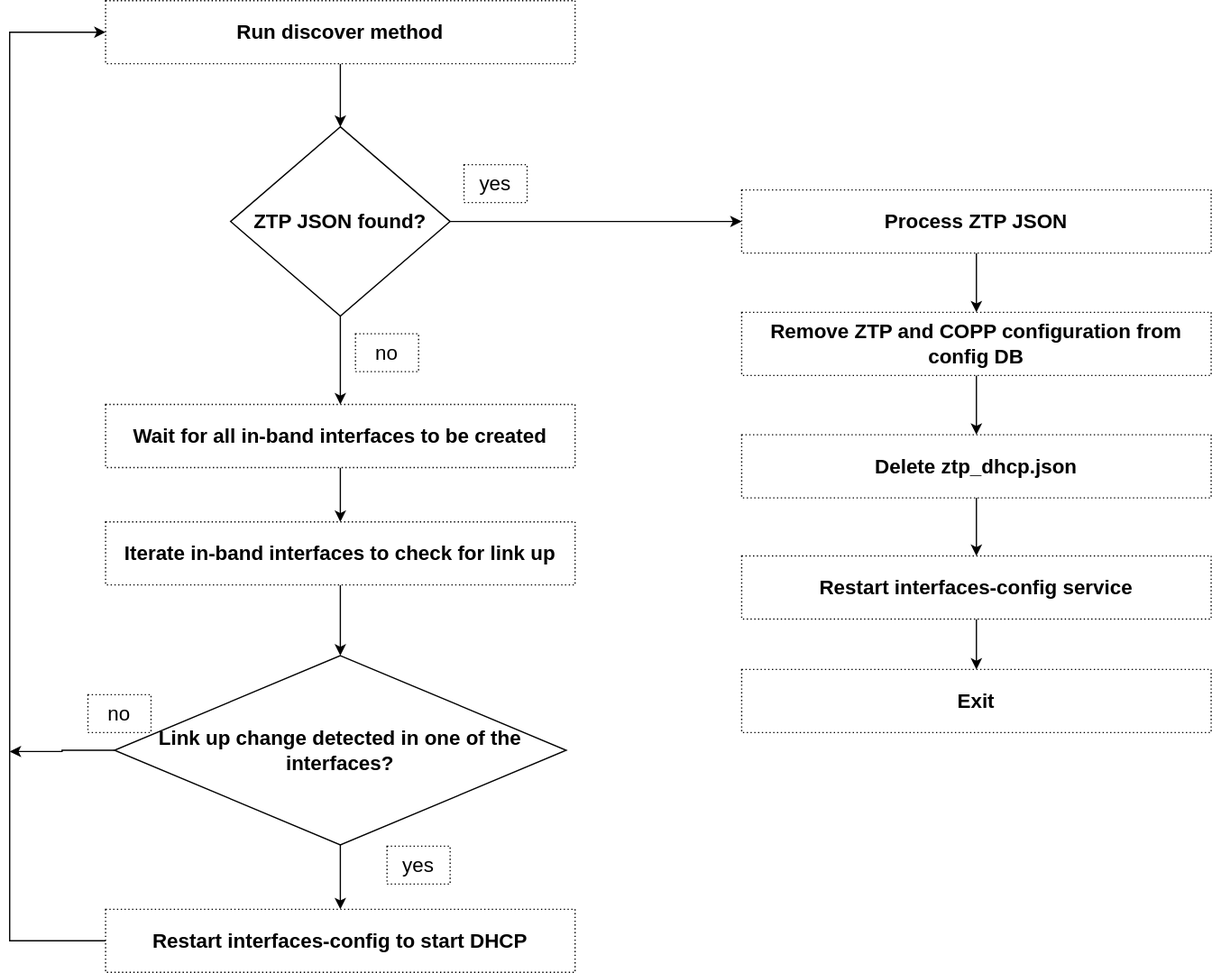
This is doc/ztp/images/ztp-engine.svg from liorghub/SONiC, a draw.io export, as it was before one commit. Source tidied: cells renumbered, new cells last; positions are measured from the earlier drawing's top-left corner, leaving out a move shared by most shapes.
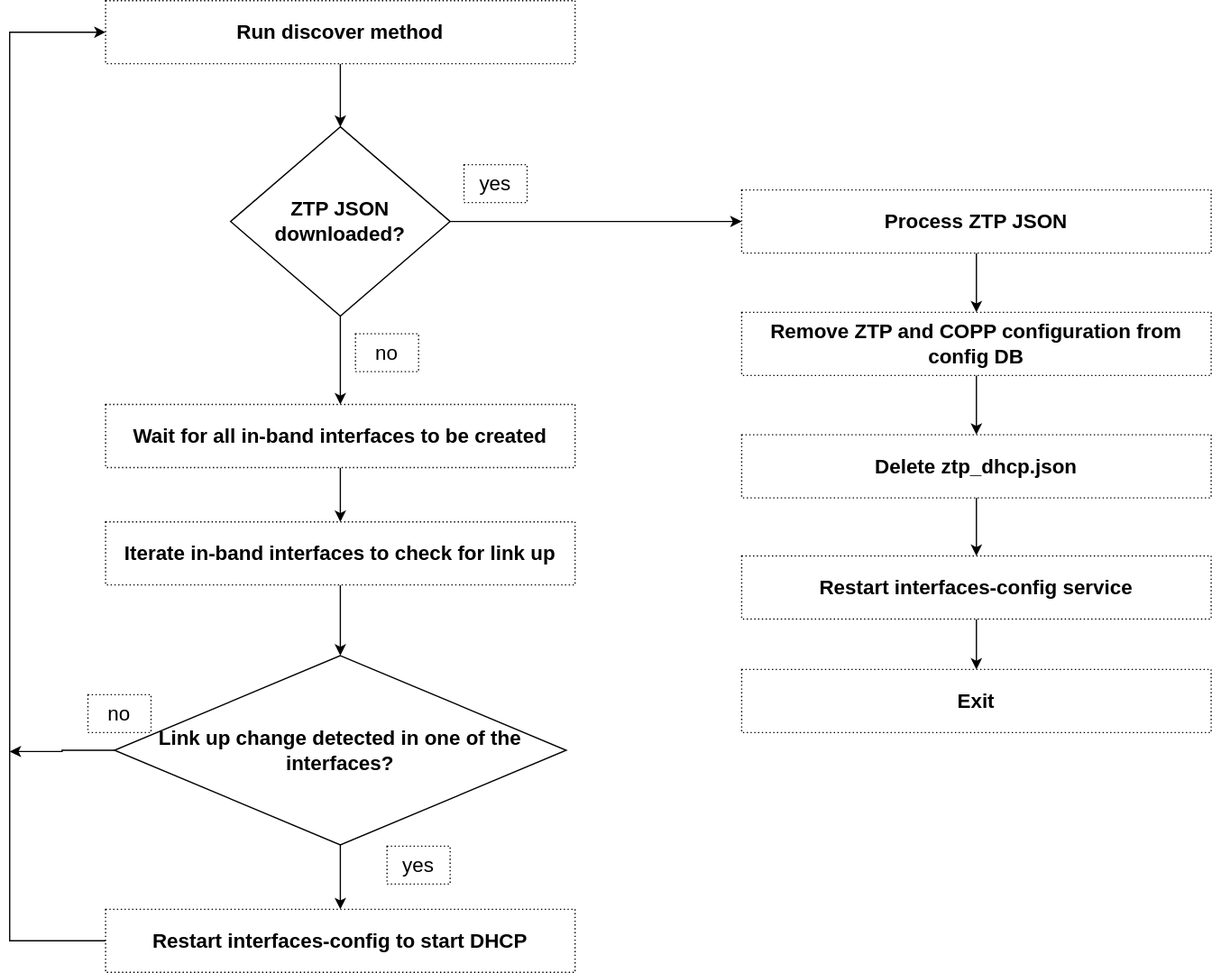
After the commit.

Commit message:
Update 16 in-band ZTP HLD

Change to the diagram source:
```diff
@@ -14,7 +14,7 @@
     <mxCell id="5" style="edgeStyle=orthogonalEdgeStyle;rounded=0;jettySize=auto;html=1;" parent="1" edge="1" source="6" target="12">
       <mxGeometry relative="1" as="geometry" />
     </mxCell>
-    <mxCell id="6" value="&lt;span style=&quot;font-size: 16px&quot;&gt;&lt;b&gt;ZTP JSON found?&lt;/b&gt;&lt;/span&gt;" style="rhombus;whiteSpace=wrap;html=1;" parent="1" vertex="1">
+    <mxCell id="6" value="&lt;span style=&quot;font-size: 16px&quot;&gt;&lt;b&gt;ZTP JSON downloaded?&lt;/b&gt;&lt;/span&gt;" style="rhombus;whiteSpace=wrap;html=1;" parent="1" vertex="1">
       <mxGeometry x="175" y="100" width="174" height="150" as="geometry" />
     </mxCell>
     <mxCell id="7" style="edgeStyle=orthogonalEdgeStyle;rounded=0;jettySize=auto;html=1;" parent="1" edge="1" source="8" target="27">
```
